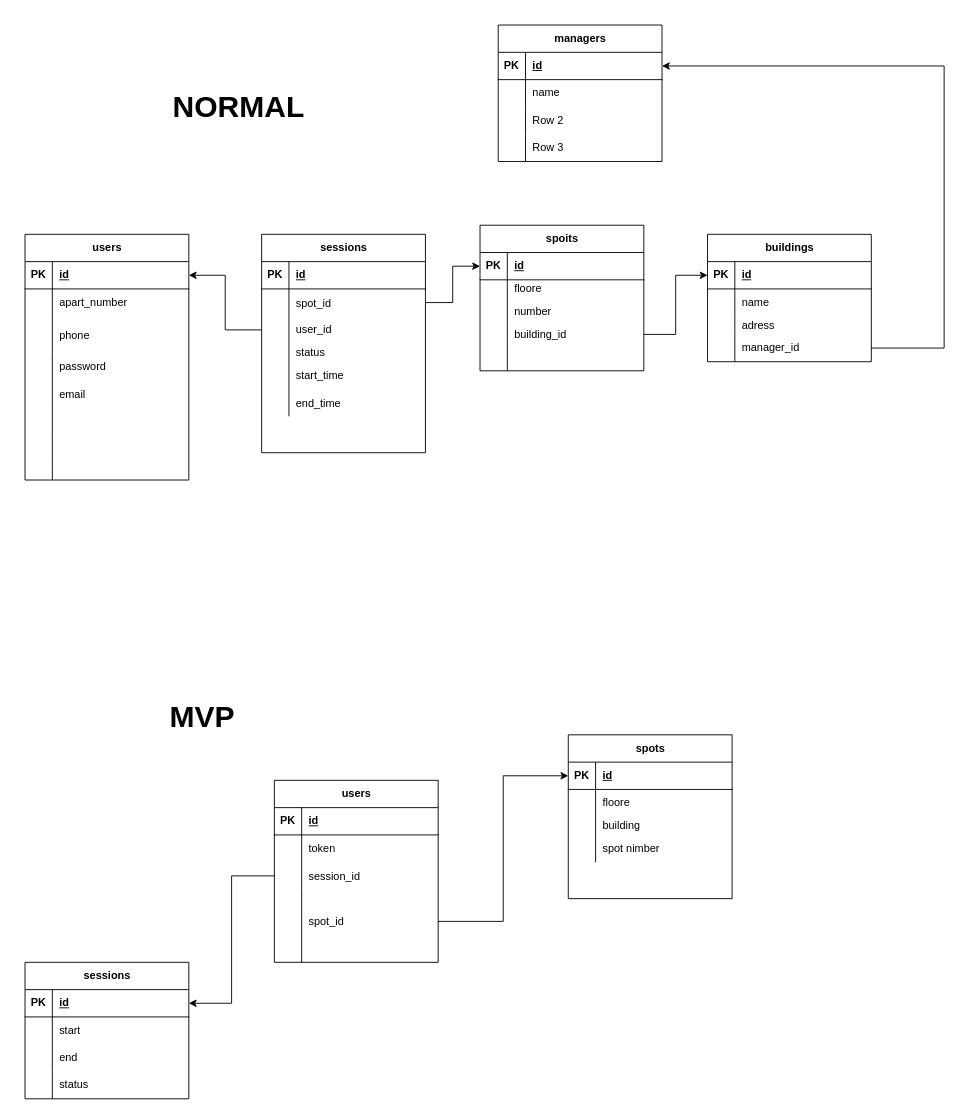
Earlier version of the draw.io diagram diagram/charge_locker.drawio (LebovskiiS/charge_locker). Source tidied: cells renumbered, new cells numbered last; positions are measured from the earlier drawing's top-left corner, leaving out a move shared by most shapes. Both pictures are drawn from the tidied source at 91%, with x=0, y=0 at pixel (25, 15).
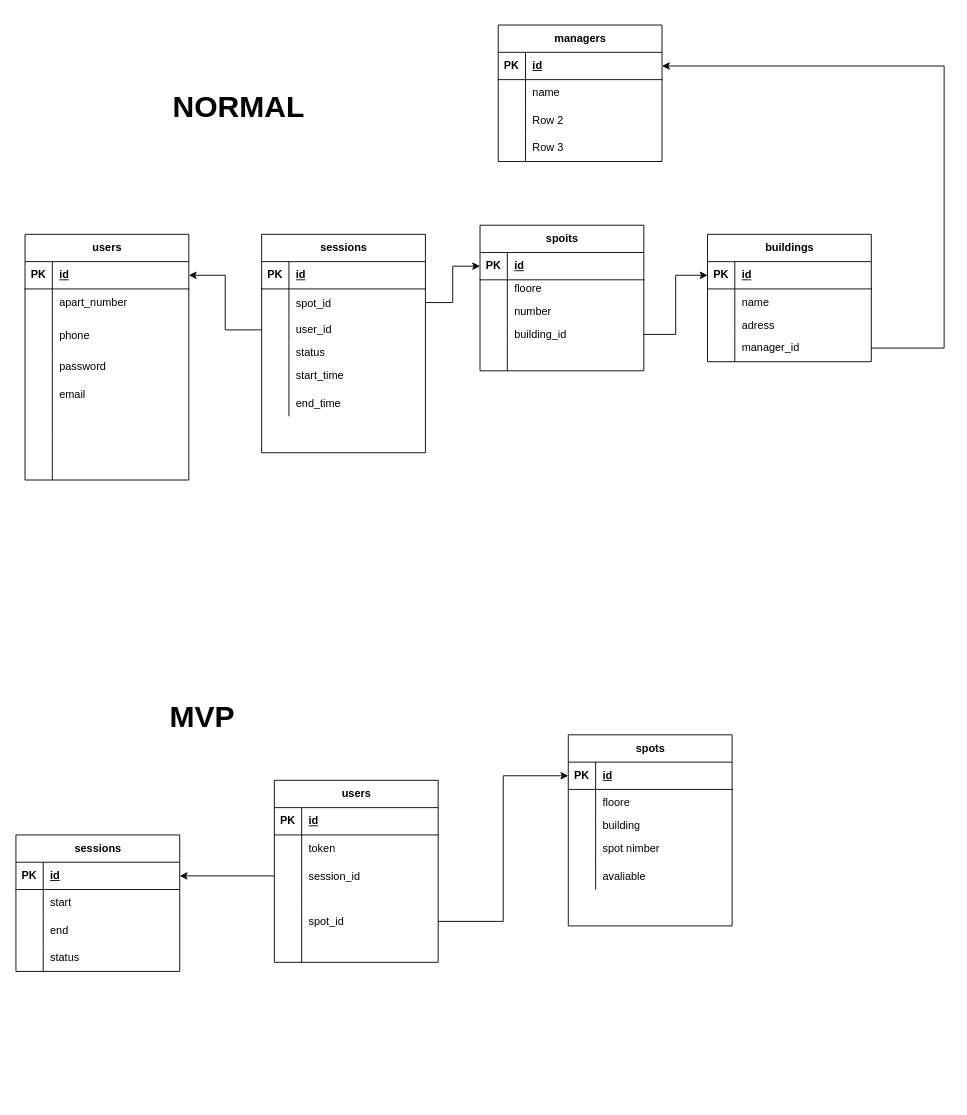
Above is the later version.

What changed in the source:
```diff
@@
     <mxCell id="113" value="spots" style="shape=table;startSize=30;childLayout=tableLayout;rowLines=0;fontStyle=1;align=center;html=1;" parent="1" vertex="1">
-      <mxGeometry x="597" y="790" width="180" height="180" as="geometry" />
+      <mxGeometry x="597" y="790" width="180" height="210" as="geometry" />
     </mxCell>
@@
+    <mxCell id="141" style="shape=tableRow;horizontal=0;startSize=0;swimlaneHead=0;swimlaneBody=0;fillColor=none;top=0;left=0;right=0;bottom=0;" parent="113" vertex="1">
+      <mxGeometry y="140" width="180" height="30" as="geometry" />
+    </mxCell>
+    <mxCell id="142" style="shape=partialRectangle;fillColor=none;top=0;left=0;bottom=0;right=0;overflow=hidden;" parent="141" vertex="1">
+      <mxGeometry width="30" height="30" as="geometry" />
+    </mxCell>
+    <mxCell id="143" value="avaliable" style="shape=partialRectangle;fillColor=none;top=0;left=0;bottom=0;right=0;align=left;spacingLeft=6;overflow=hidden;" parent="141" vertex="1">
+      <mxGeometry x="30" width="150" height="30" as="geometry" />
+    </mxCell>
@@
     <mxCell id="127" value="sessions" style="shape=table;startSize=30;childLayout=tableLayout;rowLines=0;fontStyle=1;align=center;html=1;" parent="1" vertex="1">
-      <mxGeometry y="1040" width="180" height="150" as="geometry" />
+      <mxGeometry x="-10" y="900" width="180" height="150" as="geometry" />
     </mxCell>
```
